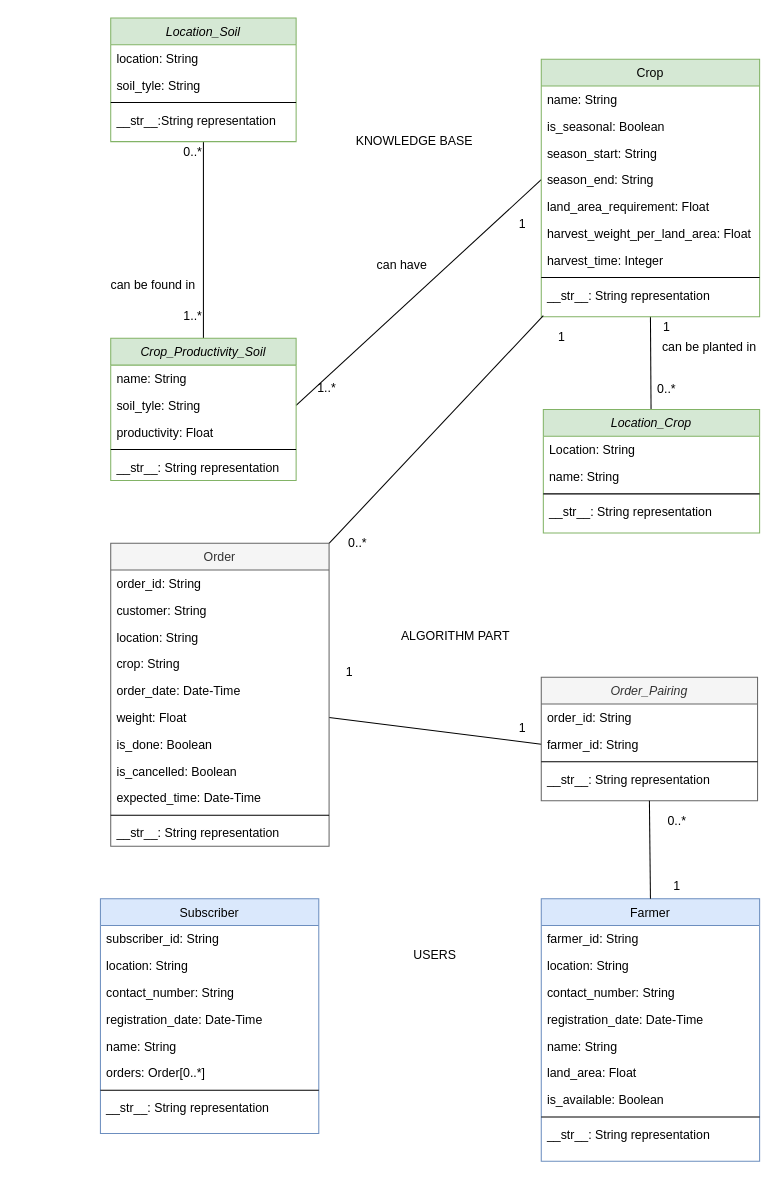
Earlier version of the draw.io diagram Untitled Diagram.drawio (gwynncausing/atoani-icrop). Source tidied: cells renumbered, new cells numbered last; positions are measured from the earlier drawing's top-left corner, leaving out a move shared by most shapes. Both pictures are drawn from the tidied source at 103%, with x=0, y=0 at pixel (100, 18).
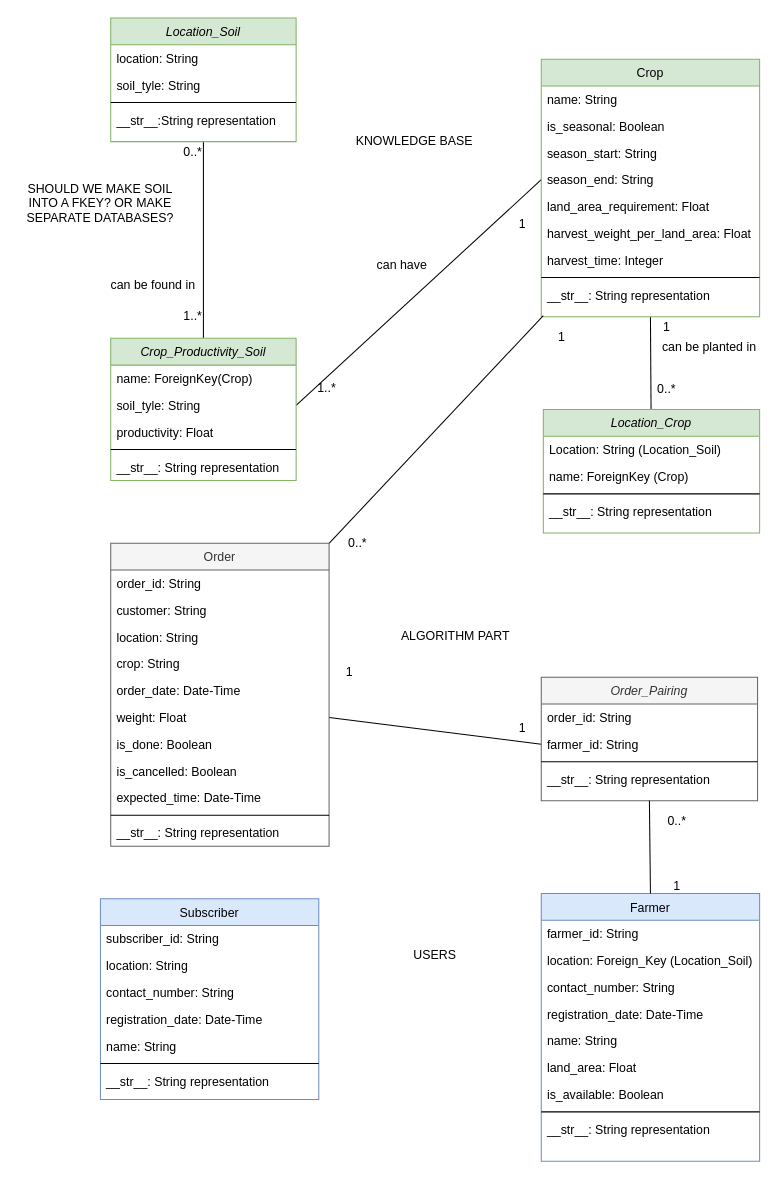
The same diagram, later.

Unchanged cells that the change refers to:
```xml
<mxCell id="24" value="Location_Crop" style="swimlane;fontStyle=2;align=center;verticalAlign=top;horizontal=1;startSize=26;rounded=0;shadow=0;strokeWidth=1;fillColor=#d5e8d4;strokeColor=#82b366;" parent="1" vertex="1">
  <mxGeometry x="430" y="380" width="210" height="120" as="geometry" />
</mxCell>
<mxCell id="59" value="Crop_Productivity_Soil" style="swimlane;fontStyle=2;align=center;verticalAlign=top;horizontal=1;startSize=26;rounded=0;shadow=0;strokeWidth=1;fillColor=#d5e8d4;strokeColor=#82b366;" parent="1" vertex="1">
  <mxGeometry x="10" y="311" width="180" height="138" as="geometry" />
</mxCell>
```

Change to the diagram source:
```diff
@@
-    <mxCell id="25" value="Location: String" style="text;align=left;verticalAlign=top;spacingLeft=4;spacingRight=4;overflow=hidden;" parent="24" vertex="1">
+    <mxCell id="25" value="Location: String (Location_Soil)" style="text;align=left;verticalAlign=top;spacingLeft=4;spacingRight=4;overflow=hidden;" parent="24" vertex="1">
       <mxGeometry y="26" width="210" height="26" as="geometry" />
     </mxCell>
-    <mxCell id="26" value="name: String" style="text;align=left;verticalAlign=top;spacingLeft=4;spacingRight=4;overflow=hidden;rounded=0;shadow=0;html=0;" parent="24" vertex="1">
+    <mxCell id="26" value="name: ForeignKey (Crop)" style="text;align=left;verticalAlign=top;spacingLeft=4;spacingRight=4;overflow=hidden;rounded=0;shadow=0;html=0;" parent="24" vertex="1">
       <mxGeometry y="52" width="210" height="26" as="geometry" />
     </mxCell>
@@
     <mxCell id="29" value="Farmer" style="swimlane;fontStyle=0;align=center;verticalAlign=top;horizontal=1;startSize=26;rounded=0;shadow=0;strokeWidth=1;fillColor=#dae8fc;strokeColor=#6c8ebf;" parent="1" vertex="1">
-      <mxGeometry x="428" y="855" width="212" height="255" as="geometry" />
+      <mxGeometry x="428" y="850" width="212" height="260" as="geometry" />
     </mxCell>
@@
-    <mxCell id="31" value="location: String" style="text;align=left;verticalAlign=top;spacingLeft=4;spacingRight=4;overflow=hidden;" parent="29" vertex="1">
+    <mxCell id="31" value="location: Foreign_Key (Location_Soil)" style="text;align=left;verticalAlign=top;spacingLeft=4;spacingRight=4;overflow=hidden;" parent="29" vertex="1">
       <mxGeometry y="52" width="212" height="26" as="geometry" />
     </mxCell>
@@
-    <mxCell id="60" value="name: String" style="text;align=left;verticalAlign=top;spacingLeft=4;spacingRight=4;overflow=hidden;" parent="59" vertex="1">
+    <mxCell id="60" value="name: ForeignKey(Crop)" style="text;align=left;verticalAlign=top;spacingLeft=4;spacingRight=4;overflow=hidden;" parent="59" vertex="1">
       <mxGeometry y="26" width="180" height="26" as="geometry" />
     </mxCell>
@@
     <mxCell id="77" value="Subscriber" style="swimlane;fontStyle=0;align=center;verticalAlign=top;horizontal=1;startSize=26;rounded=0;shadow=0;strokeWidth=1;fillColor=#dae8fc;strokeColor=#6c8ebf;" parent="1" vertex="1">
-      <mxGeometry y="855" width="212" height="228" as="geometry" />
+      <mxGeometry y="855" width="212" height="195" as="geometry" />
     </mxCell>
@@
-    <mxCell id="83" value="orders: Order[0..*]" style="text;align=left;verticalAlign=top;spacingLeft=4;spacingRight=4;overflow=hidden;rounded=0;shadow=0;html=0;" parent="77" vertex="1">
-      <mxGeometry y="156" width="212" height="26" as="geometry" />
-    </mxCell>
     <mxCell id="84" style="line;html=1;strokeWidth=1;align=left;verticalAlign=middle;spacingTop=-1;spacingLeft=3;spacingRight=3;labelPosition=right;" parent="77" vertex="1">
-      <mxGeometry y="182" width="212" height="8" as="geometry" />
+      <mxGeometry y="156" width="212" height="8" as="geometry" />
     </mxCell>
     <mxCell id="85" value="__str__: String representation" style="text;align=left;verticalAlign=top;spacingLeft=4;spacingRight=4;overflow=hidden;rounded=0;shadow=0;html=0;" parent="77" vertex="1">
-      <mxGeometry y="190" width="212" height="26" as="geometry" />
+      <mxGeometry y="164" width="212" height="26" as="geometry" />
     </mxCell>
@@
+    <mxCell id="88" value="SHOULD WE MAKE SOIL INTO A FKEY? OR MAKE SEPARATE DATABASES?" style="text;html=1;strokeColor=none;fillColor=none;align=center;verticalAlign=middle;whiteSpace=wrap;rounded=0;" parent="1" vertex="1">
+      <mxGeometry x="-80" y="170" width="160" height="20" as="geometry" />
+    </mxCell>
```
